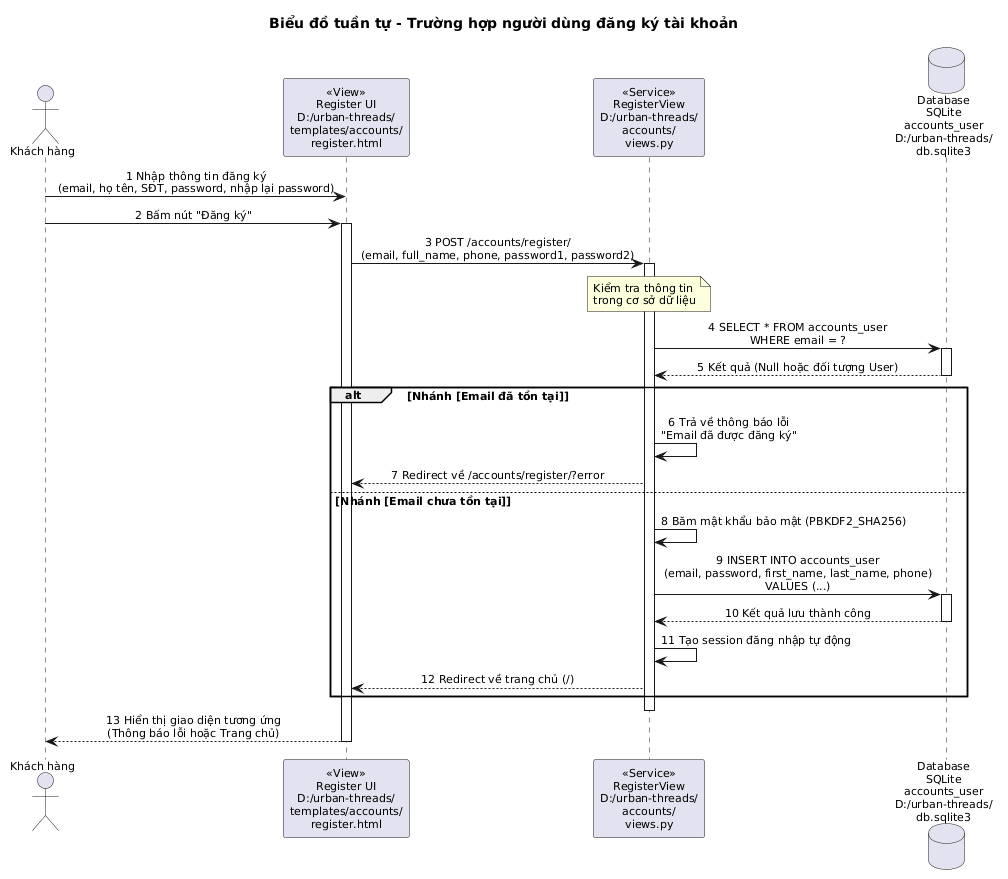
Above: use_cases/sequence_dang_ky.png in HNKILLNET404/lehainam_24ct1_cnpm (PlantUML), before the change.
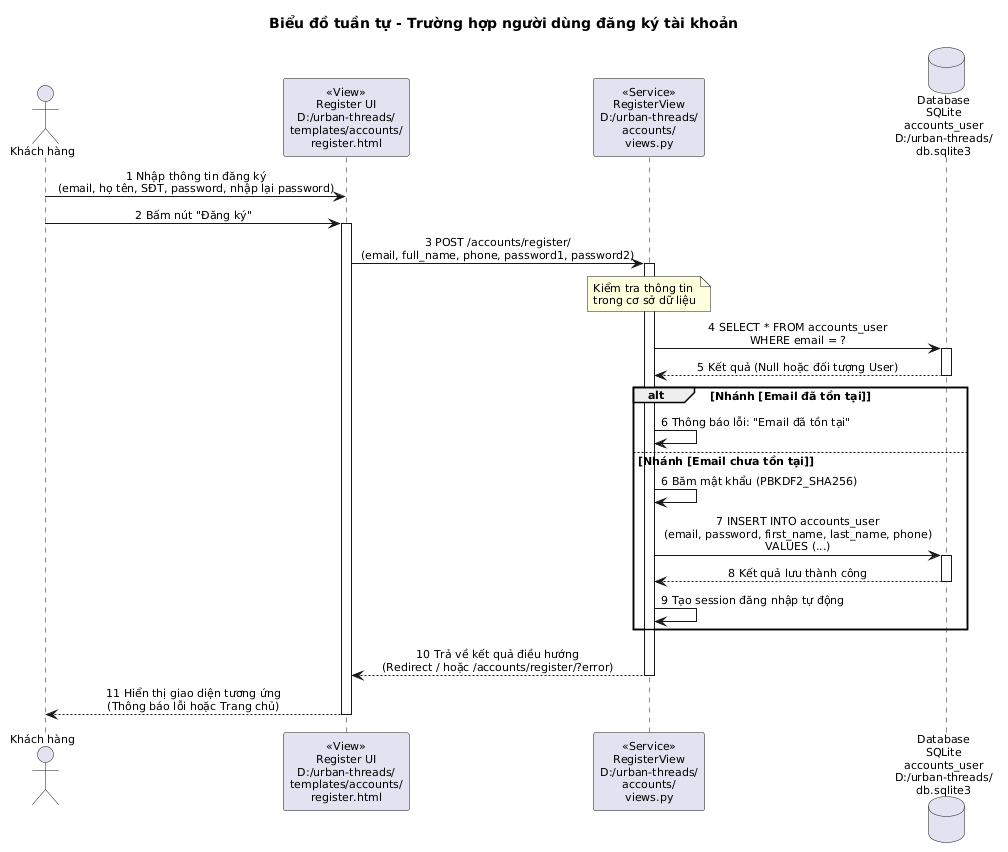
The same file after the commit.

The edit, as a diff of the source:
```diff
@@ -7,11 +7,8 @@
 title Biểu đồ tuần tự - Trường hợp người dùng đăng ký tài khoản
 
 actor "Khách hàng" as User
-
 participant "«View»\nRegister UI\nD:/urban-threads/\ntemplates/accounts/\nregister.html" as UI
-
 participant "«Service»\nRegisterView\nD:/urban-threads/\naccounts/\nviews.py" as BE
-
 database "Database\nSQLite\naccounts_user\nD:/urban-threads/\ndb.sqlite3" as DB
 
 User -> UI : 1 Nhập thông tin đăng ký\n(email, họ tên, SĐT, password, nhập lại password)
@@ -28,20 +25,20 @@
 deactivate DB
 
 alt Nhánh [Email đã tồn tại]
-    BE -> BE : 6 Trả về thông báo lỗi\n"Email đã được đăng ký"
-    BE --> UI : 7 Redirect về /accounts/register/?error
+    BE -> BE : 6 Thông báo lỗi: "Email đã tồn tại"
 else Nhánh [Email chưa tồn tại]
-    BE -> BE : 8 Băm mật khẩu bảo mật (PBKDF2_SHA256)
-    BE -> DB : 9 INSERT INTO accounts_user\n(email, password, first_name, last_name, phone)\nVALUES (...)
+    BE -> BE : 6 Băm mật khẩu (PBKDF2_SHA256)
+    BE -> DB : 7 INSERT INTO accounts_user\n(email, password, first_name, last_name, phone)\nVALUES (...)
     activate DB
-    DB --> BE : 10 Kết quả lưu thành công
+    DB --> BE : 8 Kết quả lưu thành công
     deactivate DB
-    BE -> BE : 11 Tạo session đăng nhập tự động
-    BE --> UI : 12 Redirect về trang chủ (/)
+    BE -> BE : 9 Tạo session đăng nhập tự động
 end
+
+BE --> UI : 10 Trả về kết quả điều hướng\n(Redirect / hoặc /accounts/register/?error)
 deactivate BE
 
-UI --> User : 13 Hiển thị giao diện tương ứng\n(Thông báo lỗi hoặc Trang chủ)
+UI --> User : 11 Hiển thị giao diện tương ứng\n(Thông báo lỗi hoặc Trang chủ)
 deactivate UI
 
 @enduml
```
